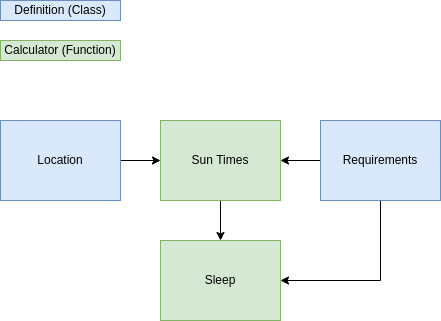
This is img/sleep_flow.png from TheOrganist24/Astronomical, a draw.io export, as it was before one commit. Source tidied: cells renumbered, new cells last; positions are measured from the earlier drawing's top-left corner, leaving out a move shared by most shapes.
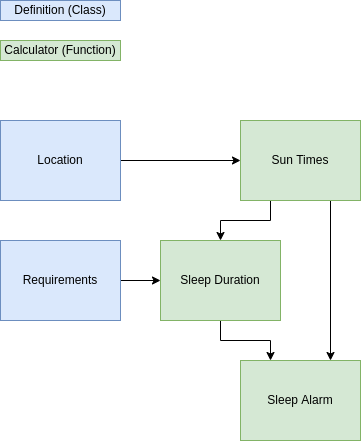
The same diagram one commit later.

What changed in the source:
```diff
@@ -8,22 +8,25 @@
     <mxCell id="3" value="Location" style="rounded=0;whiteSpace=wrap;html=1;fillColor=#dae8fc;strokeColor=#6c8ebf;" parent="1" vertex="1">
       <mxGeometry y="120" width="120" height="80" as="geometry" />
     </mxCell>
-    <mxCell id="4" style="edgeStyle=orthogonalEdgeStyle;rounded=0;jettySize=auto;html=1;entryX=1;entryY=0.5;entryDx=0;entryDy=0;" parent="1" edge="1" source="6" target="8">
-      <mxGeometry relative="1" as="geometry" />
-    </mxCell>
-    <mxCell id="5" style="edgeStyle=orthogonalEdgeStyle;rounded=0;jettySize=auto;html=1;exitX=0.5;exitY=1;exitDx=0;exitDy=0;entryX=1;entryY=0.5;entryDx=0;entryDy=0;" parent="1" edge="1" source="6" target="9">
+    <mxCell id="5" style="edgeStyle=orthogonalEdgeStyle;rounded=0;jettySize=auto;html=1;exitX=1;exitY=0.5;exitDx=0;exitDy=0;entryX=0;entryY=0.5;entryDx=0;entryDy=0;" parent="1" edge="1" source="6" target="9">
       <mxGeometry relative="1" as="geometry" />
     </mxCell>
     <mxCell id="6" value="Requirements" style="rounded=0;whiteSpace=wrap;html=1;fillColor=#dae8fc;strokeColor=#6c8ebf;" parent="1" vertex="1">
-      <mxGeometry x="320" y="120" width="120" height="80" as="geometry" />
+      <mxGeometry y="240" width="120" height="80" as="geometry" />
     </mxCell>
-    <mxCell id="7" style="edgeStyle=orthogonalEdgeStyle;rounded=0;jettySize=auto;html=1;" parent="1" edge="1" source="8" target="9">
+    <mxCell id="7" style="edgeStyle=orthogonalEdgeStyle;rounded=0;jettySize=auto;html=1;exitX=0.25;exitY=1;exitDx=0;exitDy=0;" parent="1" edge="1" source="8" target="9">
       <mxGeometry relative="1" as="geometry" />
     </mxCell>
+    <mxCell id="12" style="edgeStyle=orthogonalEdgeStyle;rounded=0;jettySize=auto;html=1;exitX=0.75;exitY=1;exitDx=0;exitDy=0;entryX=0.75;entryY=0;entryDx=0;entryDy=0;" parent="1" edge="1" source="8" target="14">
+      <mxGeometry relative="1" as="geometry" />
+    </mxCell>
     <mxCell id="8" value="Sun Times" style="rounded=0;whiteSpace=wrap;html=1;fillColor=#d5e8d4;strokeColor=#82b366;" parent="1" vertex="1">
-      <mxGeometry x="160" y="120" width="120" height="80" as="geometry" />
+      <mxGeometry x="240" y="120" width="120" height="80" as="geometry" />
     </mxCell>
+    <mxCell id="13" style="edgeStyle=orthogonalEdgeStyle;rounded=0;jettySize=auto;html=1;exitX=0.5;exitY=1;exitDx=0;exitDy=0;entryX=0.25;entryY=0;entryDx=0;entryDy=0;" parent="1" edge="1" source="9" target="14">
+      <mxGeometry relative="1" as="geometry" />
+    </mxCell>
-    <mxCell id="9" value="Sleep" style="rounded=0;whiteSpace=wrap;html=1;fillColor=#d5e8d4;strokeColor=#82b366;" parent="1" vertex="1">
+    <mxCell id="9" value="Sleep Duration" style="rounded=0;whiteSpace=wrap;html=1;fillColor=#d5e8d4;strokeColor=#82b366;" parent="1" vertex="1">
       <mxGeometry x="160" y="240" width="120" height="80" as="geometry" />
     </mxCell>
     <mxCell id="10" value="Definition (Class)" style="rounded=0;whiteSpace=wrap;html=1;fillColor=#dae8fc;strokeColor=#6c8ebf;" parent="1" vertex="1">
@@ -32,5 +35,8 @@
     <mxCell id="11" value="Calculator (Function)" style="rounded=0;whiteSpace=wrap;html=1;fillColor=#d5e8d4;strokeColor=#82b366;" parent="1" vertex="1">
       <mxGeometry y="40" width="120" height="20" as="geometry" />
     </mxCell>
+    <mxCell id="14" value="Sleep Alarm" style="rounded=0;whiteSpace=wrap;html=1;fillColor=#d5e8d4;strokeColor=#82b366;" parent="1" vertex="1">
+      <mxGeometry x="240" y="360" width="120" height="80" as="geometry" />
+    </mxCell>
   </root>
 </mxGraphModel>
```
